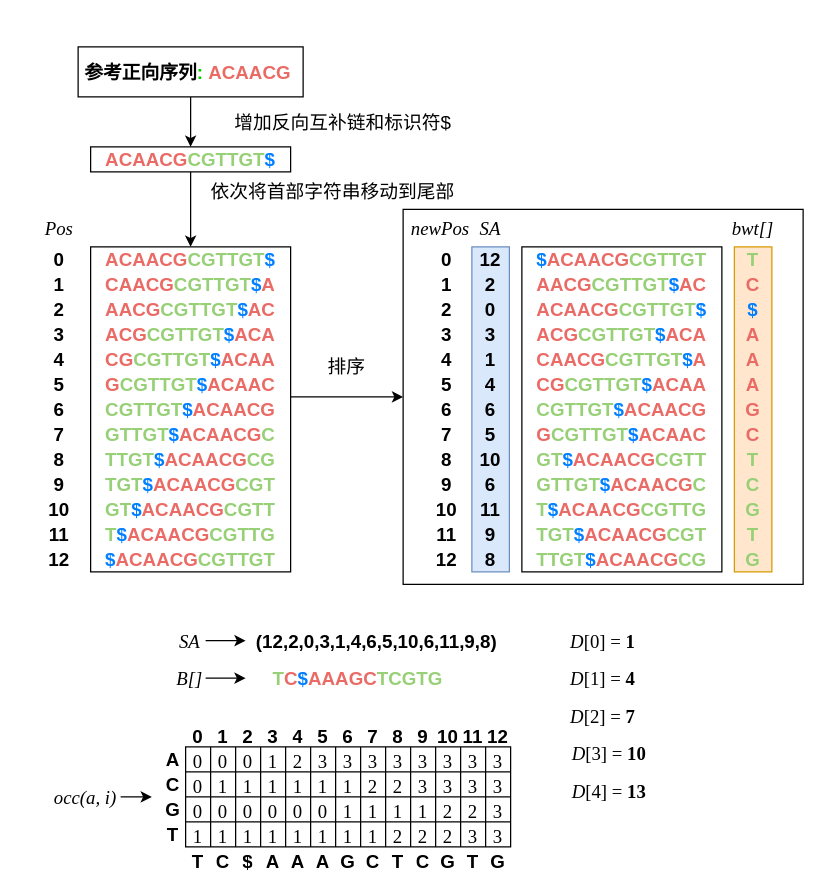
The draw.io diagram FM-INDEX.drawio in csyourui/bgi_figure, before the edit. Source tidied: cells renumbered, new cells numbered last; positions are measured from the earlier drawing's top-left corner, leaving out a move shared by most shapes. Both pictures are drawn from the tidied source at 125%, with x=0, y=0 at pixel (21, 21).
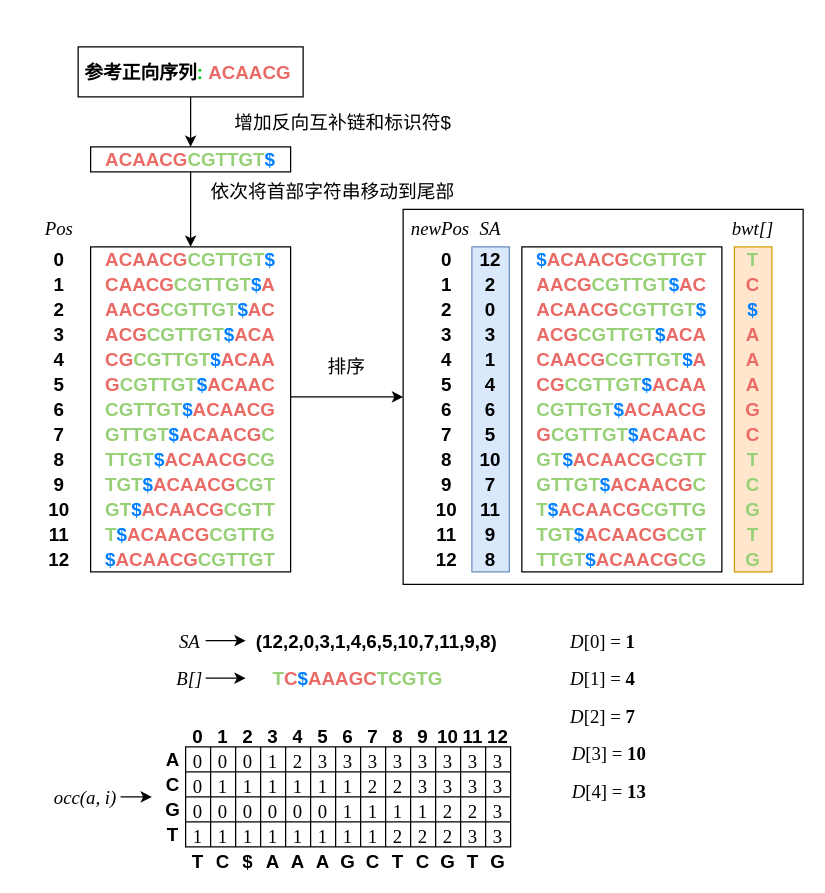
The same page after the edit.

The change refers to these unchanged cells:
```xml
<mxCell id="134" style="group;" parent="1" vertex="1">
  <mxGeometry x="122" y="480" width="267" height="60" as="geometry" />
</mxCell>
<mxCell id="174" style="group;" parent="141" vertex="1">
  <mxGeometry x="55" width="30" height="290" as="geometry" />
</mxCell>
```

What changed in the source:
```diff
@@
-    <mxCell id="139" value="&lt;span style=&quot;font-size: 15px;&quot;&gt;&lt;b style=&quot;&quot;&gt;(12,2,0,3,1,4,6,5,10,6,11,9,8)&lt;/b&gt;&lt;/span&gt;" style="rounded=0;whiteSpace=wrap;html=1;strokeColor=none;sketch=1;opacity=0;" parent="134" vertex="1">
+    <mxCell id="139" value="&lt;span style=&quot;font-size: 15px;&quot;&gt;&lt;b style=&quot;&quot;&gt;(12,2,0,3,1,4,6,5,10,7,11,9,8)&lt;/b&gt;&lt;/span&gt;" style="rounded=0;whiteSpace=wrap;html=1;strokeColor=none;sketch=1;opacity=0;" parent="134" vertex="1">
       <mxGeometry x="57" y="5" width="210" height="20" as="geometry" />
     </mxCell>
@@
-    <mxCell id="184" value="&lt;font&gt;&lt;b&gt;6&lt;/b&gt;&lt;/font&gt;" style="text;html=1;strokeColor=none;fillColor=none;align=center;verticalAlign=middle;whiteSpace=wrap;rounded=0;fontSize=15;fontColor=#000000;" parent="174" vertex="1">
+    <mxCell id="184" value="&lt;font&gt;&lt;b&gt;7&lt;/b&gt;&lt;/font&gt;" style="text;html=1;strokeColor=none;fillColor=none;align=center;verticalAlign=middle;whiteSpace=wrap;rounded=0;fontSize=15;fontColor=#000000;" parent="174" vertex="1">
       <mxGeometry y="210" width="30" height="20" as="geometry" />
     </mxCell>
```
